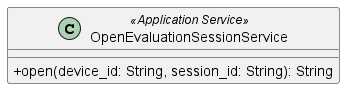
The PlantUML diagram src/PB/DocumentazioneEsterna/Specifica_Tecnica/content/uml/png/Session/OpenEvaluationSessionService.png in GroupRubberDuck/Documentazione, before a commit. Its diagram source:
```plantuml
@startuml OpenEvaluationSessionService
skinparam classAttributeIconSize 0
class OpenEvaluationSessionService <<Application Service>> {
    + open(device_id: String, session_id: String): String
}

@enduml
```
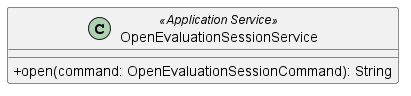
Later version of the same file.

What changed in the source:
```diff
@@ -1,7 +1,7 @@
 @startuml OpenEvaluationSessionService
 skinparam classAttributeIconSize 0
 class OpenEvaluationSessionService <<Application Service>> {
-    + open(device_id: String, session_id: String): String
+    + open(command: OpenEvaluationSessionCommand): String
 }
 
 @enduml
```
